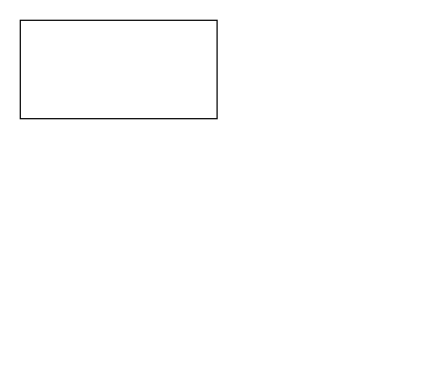
Above: my_diagram/hal_diag.drawio in damnfrenchkid/diagram (draw.io), before the change. Source tidied: cells renumbered, new cells numbered last; positions are measured from the earlier drawing's top-left corner, leaving out a move shared by most shapes. Both pictures are drawn from the tidied source at 123%, with x=0, y=0 at pixel (20, 20).
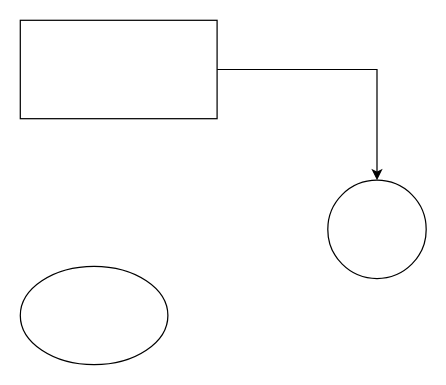
The same page after the edit.

Commit message (it also covers changes not shown here):
Mettre à jour hal_diag.drawio

The edit, as a diff of the source:
```diff
@@
 <mxGraphModel>
   <root>
     <mxCell id="0" />
     <mxCell id="1" parent="0" />
+    <mxCell id="3" style="edgeStyle=orthogonalEdgeStyle;rounded=0;jettySize=auto;html=1;" parent="1" edge="1" source="2" target="5">
+      <mxGeometry relative="1" as="geometry" />
+    </mxCell>
     <mxCell id="2" style="rounded=0;whiteSpace=wrap;html=1;" parent="1" vertex="1">
       <mxGeometry width="160" height="80" as="geometry" />
     </mxCell>
+    <mxCell id="4" style="ellipse;whiteSpace=wrap;html=1;" parent="1" vertex="1">
+      <mxGeometry y="200" width="120" height="80" as="geometry" />
+    </mxCell>
+    <mxCell id="5" style="ellipse;whiteSpace=wrap;html=1;rounded=0;" parent="1" vertex="1">
+      <mxGeometry x="250" y="130" width="80" height="80" as="geometry" />
+    </mxCell>
   </root>
 </mxGraphModel>
```
